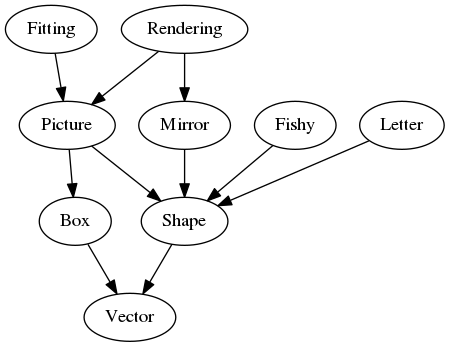
The Graphviz diagram docs/image/dependencies.png in fifth-postulate/esche.rb, before a commit. Its source is kept beside it as dependencies.dot. Its diagram source:
```dot
digraph dependencies {
  Rendering -> Picture -> Shape -> Vector;
  Rendering -> Mirror -> Shape;
  Fishy -> Shape;
  Letter -> Shape;
  Fitting -> Picture -> Box -> Vector;
}
```
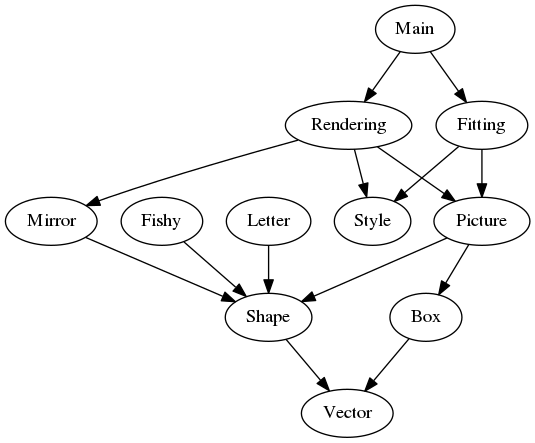
Above is the later version.

Diff of the diagram source:
```diff
@@ -4,4 +4,6 @@
   Fishy -> Shape;
   Letter -> Shape;
   Fitting -> Picture -> Box -> Vector;
+  Main -> Fitting -> Style;
+  Main -> Rendering -> Style;
 }
```
